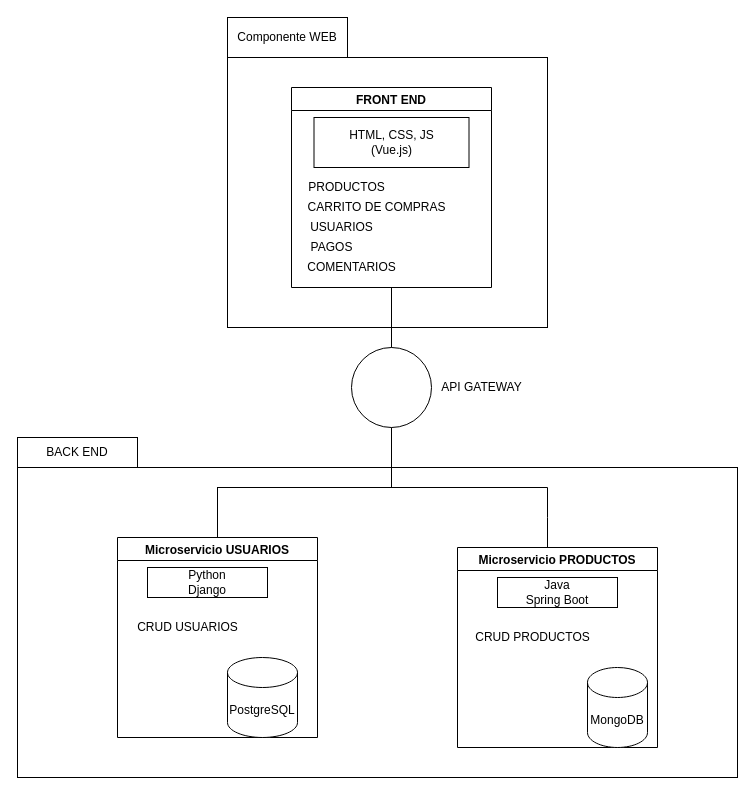
The draw.io diagram Untitled Diagram.drawio in EdinsonSB11/4a-docs, before the edit. Source tidied: cells renumbered, new cells numbered last; positions are measured from the earlier drawing's top-left corner, leaving out a move shared by most shapes. Both pictures are drawn from the tidied source at 100%, with x=0, y=0 at pixel (17, 17).
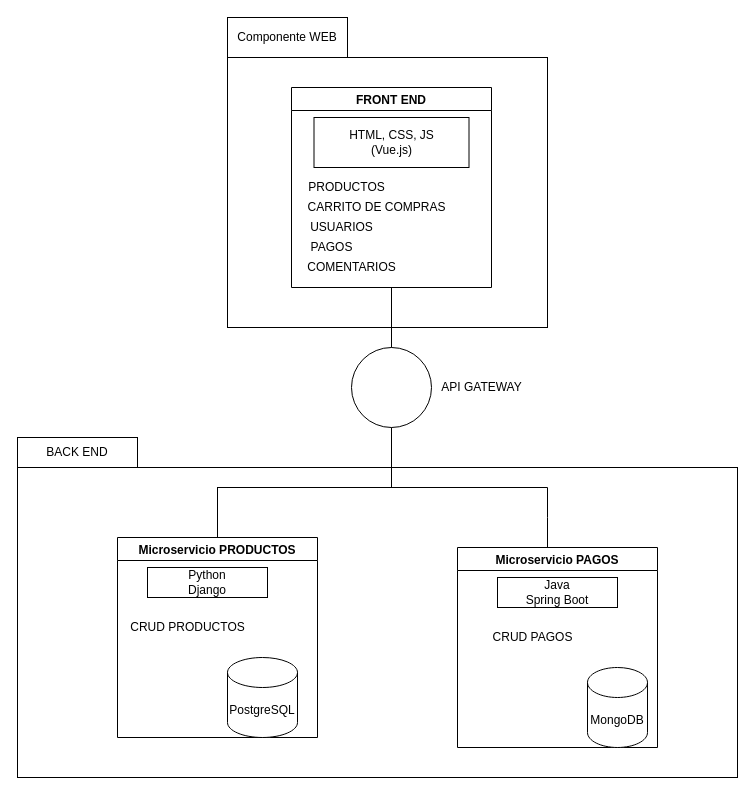
The same diagram, later.

Diff of the diagram source:
```diff
@@
-    <mxCell id="15" value="Microservicio USUARIOS" style="swimlane;gradientColor=none;" parent="1" vertex="1">
+    <mxCell id="15" value="Microservicio PRODUCTOS" style="swimlane;gradientColor=none;" parent="1" vertex="1">
       <mxGeometry x="100" y="520" width="200" height="200" as="geometry" />
     </mxCell>
@@
-    <mxCell id="18" value="CRUD USUARIOS" style="text;html=1;align=center;verticalAlign=middle;strokeColor=none;fillColor=none;" parent="15" vertex="1">
-      <mxGeometry x="10" y="80" width="120" height="20" as="geometry" />
+    <mxCell id="18" value="CRUD PRODUCTOS" style="text;html=1;align=center;verticalAlign=middle;strokeColor=none;fillColor=none;" parent="15" vertex="1">
+      <mxGeometry x="5" y="80" width="130" height="20" as="geometry" />
     </mxCell>
-    <mxCell id="19" value="Microservicio PRODUCTOS" style="swimlane;gradientColor=none;" parent="1" vertex="1">
+    <mxCell id="19" value="Microservicio PAGOS" style="swimlane;gradientColor=none;" parent="1" vertex="1">
       <mxGeometry x="440" y="530" width="200" height="200" as="geometry" />
     </mxCell>
@@
-    <mxCell id="22" value="CRUD PRODUCTOS" style="text;html=1;align=center;verticalAlign=middle;strokeColor=none;fillColor=none;" parent="19" vertex="1">
-      <mxGeometry x="10" y="80" width="130" height="20" as="geometry" />
+    <mxCell id="22" value="CRUD PAGOS" style="text;html=1;align=center;verticalAlign=middle;strokeColor=none;fillColor=none;" parent="19" vertex="1">
+      <mxGeometry x="25" y="80" width="100" height="20" as="geometry" />
     </mxCell>
```
